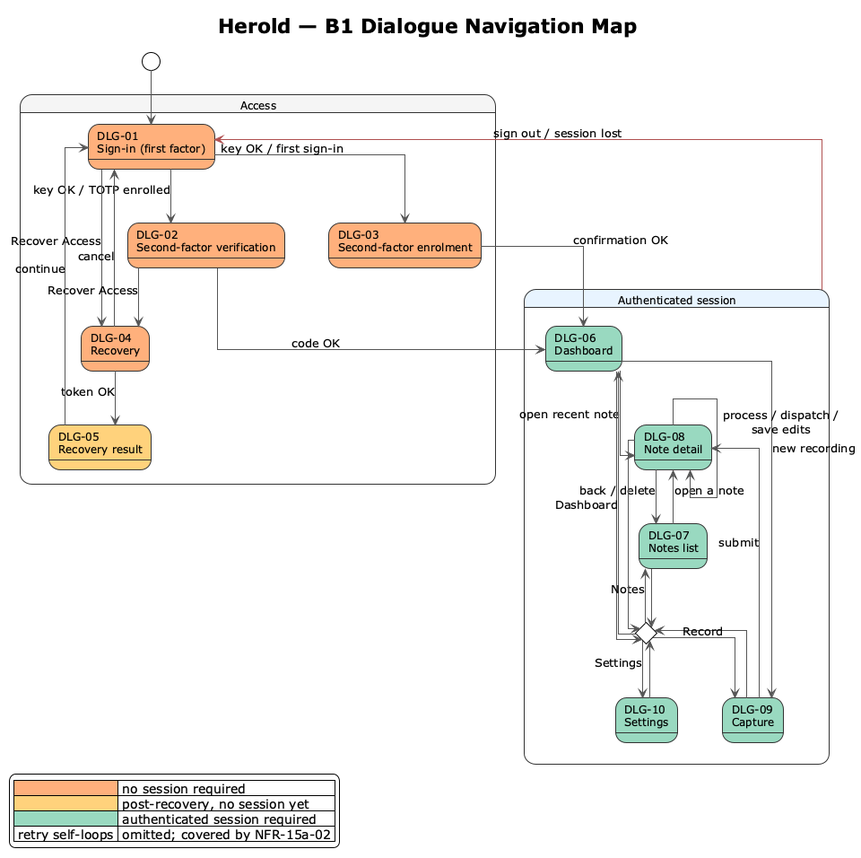
This is docs/spec/diagrams-png/b1-navigation.png from carstenlucke/herold, a PlantUML export, as it was before one commit.
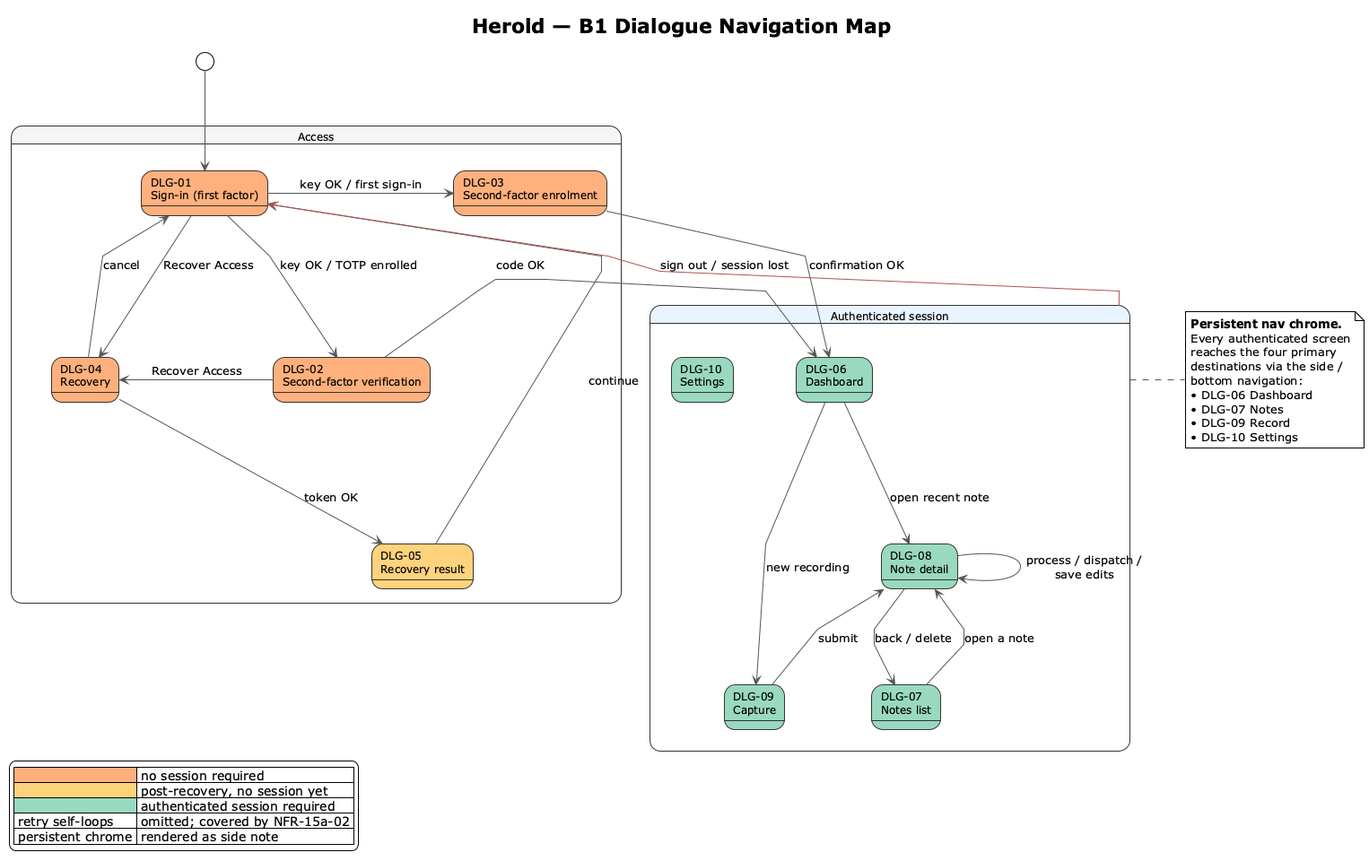
Above is the later version.

Commit message:
docs(spec): declutter B1 navigation map; fix diagram script

Change to the diagram source:
```diff
@@ -1,13 +1,13 @@
 @startuml b1-navigation
 !theme plain
 skinparam shadowing false
-skinparam linetype ortho
+skinparam linetype polyline
 skinparam ArrowColor #555555
 skinparam StateBorderColor #333333
 skinparam StateBackgroundColor #F5F5F5
 skinparam StateFontSize 12
-skinparam nodesep 50
-skinparam ranksep 60
+skinparam nodesep 70
+skinparam ranksep 90
 
 title Herold — B1 Dialogue Navigation Map
 
@@ -22,14 +22,14 @@
   state "DLG-04\nRecovery"                      as DLG04 #FFB07C
   state "DLG-05\nRecovery result"               as DLG05 #FFD27C
 
-  DLG01 --> DLG02 : key OK / TOTP enrolled
-  DLG01 --> DLG03 : key OK / first sign-in
+  DLG01 -down-> DLG02  : key OK / TOTP enrolled
+  DLG01 -right-> DLG03 : key OK / first sign-in
 
-  DLG01 --> DLG04 : Recover Access
-  DLG02 --> DLG04 : Recover Access
-  DLG04 --> DLG05 : token OK
-  DLG04 --> DLG01 : cancel
-  DLG05 --> DLG01 : continue
+  DLG01 -left-> DLG04  : Recover Access
+  DLG02 -left-> DLG04  : Recover Access
+  DLG04 -down-> DLG05  : token OK
+  DLG04 -up-> DLG01    : cancel
+  DLG05 --> DLG01      : continue
 }
 
 state "Authenticated session" as AUTH #E8F4FF {
@@ -43,24 +43,25 @@
   DLG02 --> DLG06 : code OK
   DLG03 --> DLG06 : confirmation OK
 
-  DLG09 --> DLG08 : submit
-  DLG07 --> DLG08 : open a note
-  DLG06 --> DLG08 : open recent note
-  DLG06 --> DLG09 : new recording
-  DLG08 --> DLG07 : back / delete
-  DLG08 --> DLG08 : process / dispatch /\nsave edits
+  DLG06 -right-> DLG09 : new recording
+  DLG09 -up-> DLG08    : submit
+  DLG06 -down-> DLG08  : open recent note
+  DLG07 -up-> DLG08    : open a note
+  DLG08 -left-> DLG07  : back / delete
+  DLG08 --> DLG08      : process / dispatch /\nsave edits
+}
 
-  state "Persistent\nnav chrome" as NAV <<choice>>
-  DLG06 --> NAV
-  DLG07 --> NAV
-  DLG08 --> NAV
-  DLG09 --> NAV
-  DLG10 --> NAV
-  NAV --> DLG06 : Dashboard
-  NAV --> DLG09 : Record
-  NAV --> DLG07 : Notes
-  NAV --> DLG10 : Settings
-}
+note right of AUTH
+  **Persistent nav chrome.**
+  Every authenticated screen
+  reaches the four primary
+  destinations via the side /
+  bottom navigation:
+  • DLG-06 Dashboard
+  • DLG-07 Notes
+  • DLG-09 Record
+  • DLG-10 Settings
+end note
 
 AUTH -[#B05050]-> DLG01 : sign out / session lost
 
@@ -69,6 +70,7 @@
   | <#FFD27C> | post-recovery, no session yet |
   | <#99D9C0> | authenticated session required |
   | <#FFFFFF> retry self-loops | omitted; covered by NFR-15a-02 |
+  | <#FFFFFF> persistent chrome | rendered as side note |
 endlegend
 
 @enduml
```
